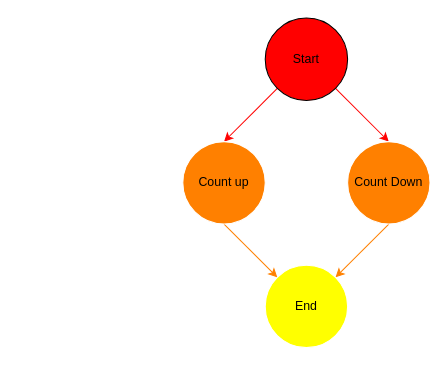
Before: 1/AOV.drawio in gordonpow/lab_hardware_test, a draw.io diagram. Source tidied: cells renumbered, new cells numbered last; positions are measured from the earlier drawing's top-left corner, leaving out a move shared by most shapes. Both pictures are drawn from the tidied source at 103%, with x=0, y=0 at pixel (182, 18).
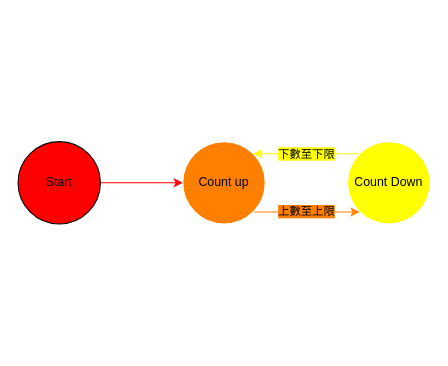
After the change.

Commit message (it also covers changes not shown here):
revise FSM AOV Breakdown image

The edit, as a diff of the source:
```diff
@@
 <mxGraphModel>
   <root>
     <mxCell id="0" />
     <mxCell id="1" parent="0" />
-    <mxCell id="2" style="edgeStyle=none;html=1;exitX=0;exitY=1;exitDx=0;exitDy=0;entryX=0.5;entryY=0;entryDx=0;entryDy=0;fontColor=#FFFFFF;strokeColor=#FF0000;" parent="1" edge="1" source="4" target="6">
-      <mxGeometry relative="1" as="geometry" />
-    </mxCell>
-    <mxCell id="3" style="edgeStyle=none;html=1;exitX=1;exitY=1;exitDx=0;exitDy=0;entryX=0.5;entryY=0;entryDx=0;entryDy=0;fontColor=#FFFFFF;strokeColor=#FF0000;" parent="1" edge="1" source="4" target="8">
+    <mxCell id="3" style="edgeStyle=none;html=1;exitX=1;exitY=0.5;exitDx=0;exitDy=0;entryX=0;entryY=0.5;entryDx=0;entryDy=0;fontColor=#FFFFFF;strokeColor=#FF0000;" parent="1" edge="1" source="4" target="6">
       <mxGeometry relative="1" as="geometry" />
     </mxCell>
     <mxCell id="4" value="Start" style="ellipse;whiteSpace=wrap;html=1;fillColor=#FF0000;fontColor=#000000;" parent="1" vertex="1">
-      <mxGeometry x="80" width="80" height="80" as="geometry" />
+      <mxGeometry x="-160" y="120" width="80" height="80" as="geometry" />
     </mxCell>
-    <mxCell id="5" style="edgeStyle=none;html=1;exitX=0.5;exitY=1;exitDx=0;exitDy=0;fontColor=#FFFFFF;strokeColor=#FF8000;" parent="1" edge="1" source="6" target="9">
-      <mxGeometry relative="1" as="geometry" />
-    </mxCell>
+    <mxCell id="10" value="上數至上限" style="edgeStyle=none;html=1;exitX=1;exitY=1;exitDx=0;exitDy=0;entryX=0;entryY=1;entryDx=0;entryDy=0;strokeColor=#FF8000;labelBackgroundColor=#FF8000;fontColor=#000000;" parent="1" edge="1" source="6" target="8">
+      <mxGeometry relative="1" as="geometry" />
+    </mxCell>
     <mxCell id="6" value="Count up" style="ellipse;whiteSpace=wrap;html=1;fontColor=#000000;strokeColor=#FFFFFF;fillColor=#FF8000;" parent="1" vertex="1">
       <mxGeometry y="120" width="80" height="80" as="geometry" />
     </mxCell>
-    <mxCell id="7" style="edgeStyle=none;html=1;exitX=0.5;exitY=1;exitDx=0;exitDy=0;fontColor=#FFFFFF;strokeColor=#FF8000;" parent="1" edge="1" source="8" target="9">
-      <mxGeometry relative="1" as="geometry" />
-    </mxCell>
+    <mxCell id="11" value="下數至下限" style="edgeStyle=none;html=1;exitX=0;exitY=0;exitDx=0;exitDy=0;entryX=1;entryY=0;entryDx=0;entryDy=0;strokeColor=#FFFF00;labelBackgroundColor=#FFFF00;fontColor=#000000;" parent="1" edge="1" source="8" target="6">
+      <mxGeometry relative="1" as="geometry" />
+    </mxCell>
-    <mxCell id="8" value="Count Down" style="ellipse;whiteSpace=wrap;html=1;fontColor=#000000;strokeColor=#FFFFFF;fillColor=#FF8000;" parent="1" vertex="1">
+    <mxCell id="8" value="Count Down" style="ellipse;whiteSpace=wrap;html=1;fontColor=#000000;strokeColor=#FFFFFF;fillColor=#FFFF00;" parent="1" vertex="1">
       <mxGeometry x="160" y="120" width="80" height="80" as="geometry" />
     </mxCell>
-    <mxCell id="9" value="End" style="ellipse;whiteSpace=wrap;html=1;fontColor=#000000;strokeColor=#FFFFFF;fillColor=#FFFF00;" parent="1" vertex="1">
-      <mxGeometry x="80" y="240" width="80" height="80" as="geometry" />
-    </mxCell>
   </root>
 </mxGraphModel>
```
